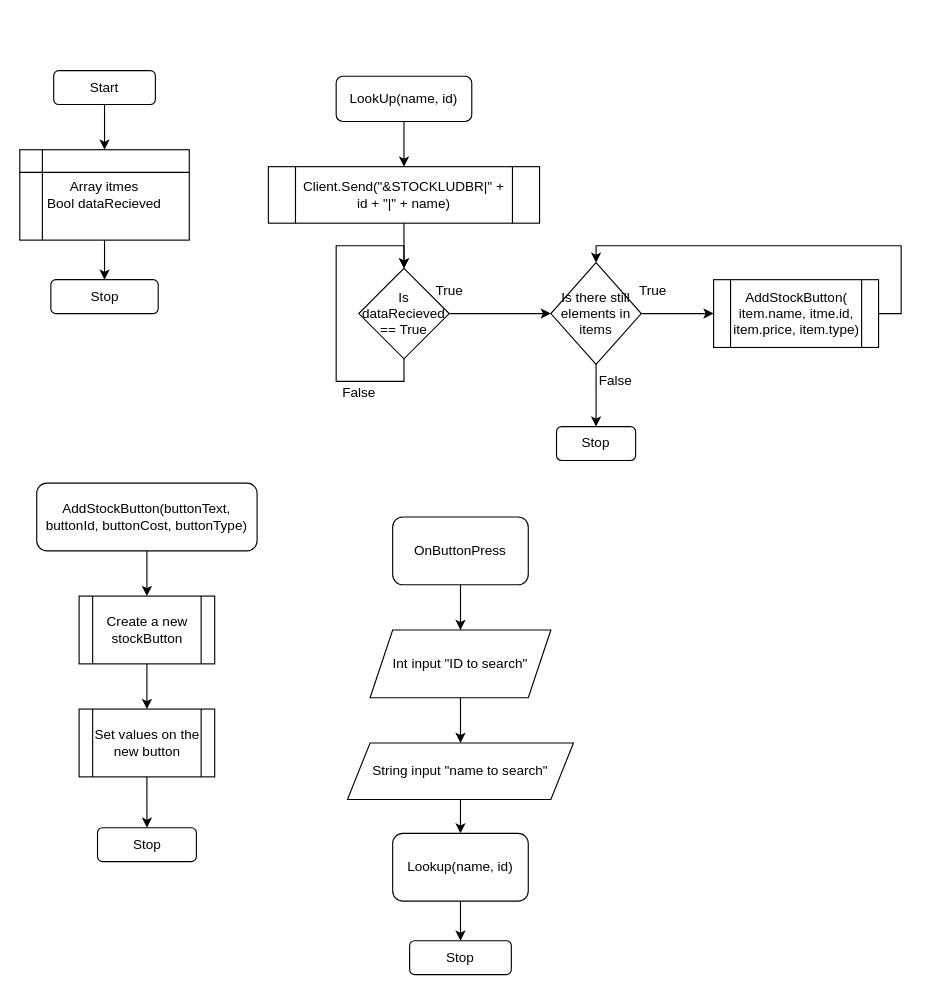
The draw.io diagram Flow diagrams/StockLookup.drawio in Z0mbie001/BabyyPos, before the edit. Source tidied: cells renumbered, new cells numbered last; positions are measured from the earlier drawing's top-left corner, leaving out a move shared by most shapes. Both pictures are drawn from the tidied source at 113%, with x=0, y=0 at pixel (19, 70).
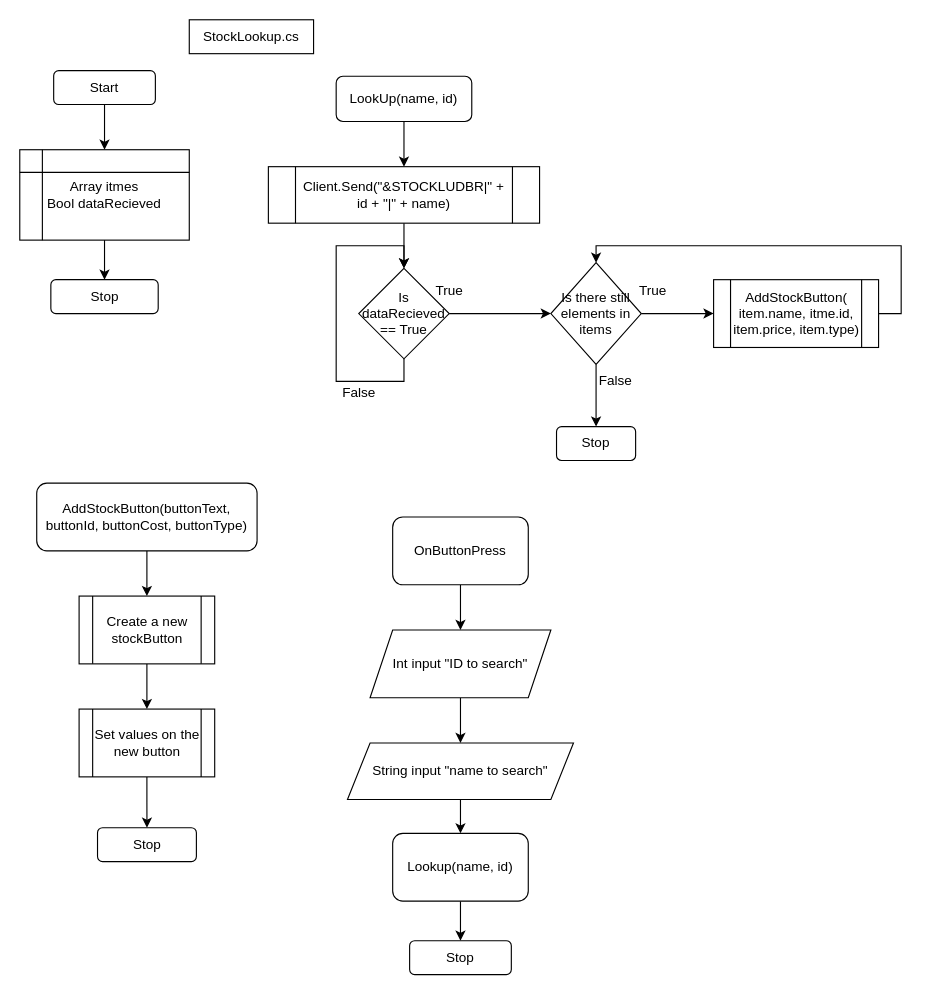
The same diagram, later.

The edit, as a diff of the source:
```diff
@@
+    <mxCell id="40" value="StockLookup.cs" style="rounded=0;whiteSpace=wrap;html=1;" parent="1" vertex="1">
+      <mxGeometry x="150" y="-45" width="110" height="30" as="geometry" />
+    </mxCell>
```
